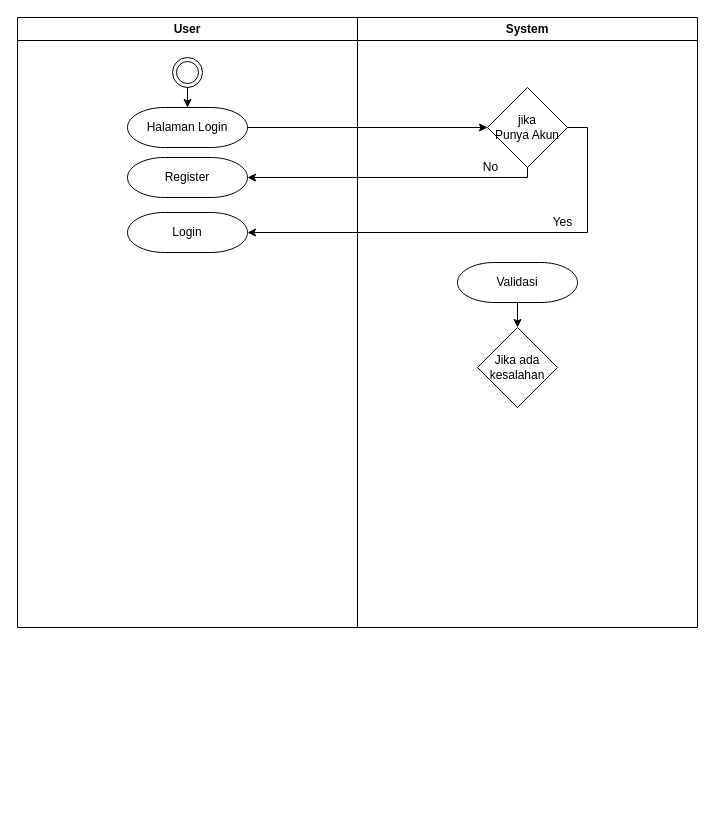
Before: page "Activity Diagram (Login)" (3 of 6) of Untitled Diagram.drawio in Enricko/UML, a draw.io diagram. Source tidied: cells renumbered, new cells numbered last; positions are measured from the earlier drawing's top-left corner, leaving out a move shared by most shapes. Both pictures are drawn from the tidied source at 100%, with x=0, y=0 at pixel (17, 17).
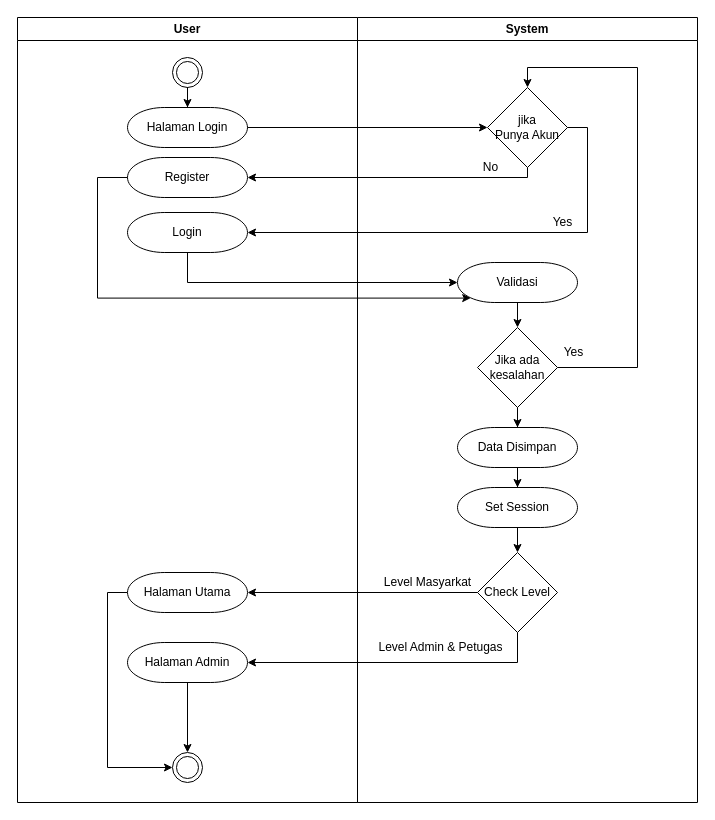
The same diagram, later.

The change refers to these unchanged cells:
```xml
<mxCell id="7" value="Login" style="strokeWidth=1;html=1;shape=mxgraph.flowchart.terminator;whiteSpace=wrap;" parent="2" vertex="1">
  <mxGeometry x="110" y="195" width="120" height="40" as="geometry" />
</mxCell>
<mxCell id="8" value="Register" style="strokeWidth=1;html=1;shape=mxgraph.flowchart.terminator;whiteSpace=wrap;" parent="2" vertex="1">
  <mxGeometry x="110" y="140" width="120" height="40" as="geometry" />
</mxCell>
<mxCell id="10" value="jika&lt;br&gt;Punya Akun" style="rhombus;whiteSpace=wrap;html=1;strokeWidth=1;" parent="9" vertex="1">
  <mxGeometry x="130" y="70" width="80" height="80" as="geometry" />
</mxCell>
<mxCell id="14" value="Validasi" style="strokeWidth=1;html=1;shape=mxgraph.flowchart.terminator;whiteSpace=wrap;" parent="9" vertex="1">
  <mxGeometry x="100" y="245" width="120" height="40" as="geometry" />
</mxCell>
<mxCell id="15" value="Jika ada kesalahan" style="rhombus;whiteSpace=wrap;html=1;strokeWidth=1;" parent="9" vertex="1">
  <mxGeometry x="120" y="310" width="80" height="80" as="geometry" />
</mxCell>
```

The edit, as a diff of the source:
```diff
@@
     <mxCell id="2" value="User" style="swimlane;whiteSpace=wrap;html=1;" parent="1" vertex="1">
-      <mxGeometry width="340" height="610" as="geometry" />
+      <mxGeometry width="340" height="785" as="geometry" />
     </mxCell>
@@
+    <mxCell id="19" style="edgeStyle=orthogonalEdgeStyle;rounded=0;jettySize=auto;html=1;exitX=0;exitY=0.5;exitDx=0;exitDy=0;exitPerimeter=0;entryX=0;entryY=0.5;entryDx=0;entryDy=0;" parent="2" edge="1" source="20" target="23">
+      <mxGeometry relative="1" as="geometry" />
+    </mxCell>
+    <mxCell id="20" value="Halaman Utama" style="strokeWidth=1;html=1;shape=mxgraph.flowchart.terminator;whiteSpace=wrap;" parent="2" vertex="1">
+      <mxGeometry x="110" y="555" width="120" height="40" as="geometry" />
+    </mxCell>
+    <mxCell id="21" style="edgeStyle=orthogonalEdgeStyle;rounded=0;jettySize=auto;html=1;exitX=0.5;exitY=1;exitDx=0;exitDy=0;exitPerimeter=0;" parent="2" edge="1" source="22" target="23">
+      <mxGeometry relative="1" as="geometry" />
+    </mxCell>
+    <mxCell id="22" value="Halaman Admin" style="strokeWidth=1;html=1;shape=mxgraph.flowchart.terminator;whiteSpace=wrap;" parent="2" vertex="1">
+      <mxGeometry x="110" y="625" width="120" height="40" as="geometry" />
+    </mxCell>
+    <mxCell id="23" style="ellipse;html=1;shape=endState;strokeWidth=1;" parent="2" vertex="1">
+      <mxGeometry x="155" y="735" width="30" height="30" as="geometry" />
+    </mxCell>
     <mxCell id="9" value="System" style="swimlane;whiteSpace=wrap;html=1;" parent="1" vertex="1">
-      <mxGeometry x="340" width="340" height="610" as="geometry" />
+      <mxGeometry x="340" width="340" height="785" as="geometry" />
     </mxCell>
@@
+    <mxCell id="24" style="edgeStyle=orthogonalEdgeStyle;rounded=0;jettySize=auto;html=1;exitX=1;exitY=0.5;exitDx=0;exitDy=0;entryX=0.5;entryY=0;entryDx=0;entryDy=0;" parent="9" edge="1" source="15" target="10">
+      <mxGeometry relative="1" as="geometry">
+        <Array as="points">
+          <mxPoint x="280" y="350" />
+          <mxPoint x="280" y="50" />
+          <mxPoint x="170" y="50" />
+        </Array>
+      </mxGeometry>
+    </mxCell>
+    <mxCell id="25" style="edgeStyle=orthogonalEdgeStyle;rounded=0;jettySize=auto;html=1;exitX=0.5;exitY=1;exitDx=0;exitDy=0;" parent="9" edge="1" source="15" target="31">
+      <mxGeometry relative="1" as="geometry" />
+    </mxCell>
@@
+    <mxCell id="26" value="Yes" style="text;html=1;align=center;verticalAlign=middle;strokeColor=none;fillColor=none;" parent="9" vertex="1">
+      <mxGeometry x="196" y="320" width="40" height="30" as="geometry" />
+    </mxCell>
+    <mxCell id="27" style="edgeStyle=orthogonalEdgeStyle;rounded=0;jettySize=auto;html=1;" parent="9" edge="1" source="28" target="29">
+      <mxGeometry relative="1" as="geometry" />
+    </mxCell>
+    <mxCell id="28" value="Set Session" style="strokeWidth=1;html=1;shape=mxgraph.flowchart.terminator;whiteSpace=wrap;" parent="9" vertex="1">
+      <mxGeometry x="100" y="470" width="120" height="40" as="geometry" />
+    </mxCell>
+    <mxCell id="29" value="Check Level" style="rhombus;whiteSpace=wrap;html=1;strokeWidth=1;" parent="9" vertex="1">
+      <mxGeometry x="120" y="535" width="80" height="80" as="geometry" />
+    </mxCell>
+    <mxCell id="30" style="edgeStyle=orthogonalEdgeStyle;rounded=0;jettySize=auto;html=1;exitX=0.5;exitY=1;exitDx=0;exitDy=0;exitPerimeter=0;" parent="9" edge="1" source="31" target="28">
+      <mxGeometry relative="1" as="geometry" />
+    </mxCell>
+    <mxCell id="31" value="Data Disimpan" style="strokeWidth=1;html=1;shape=mxgraph.flowchart.terminator;whiteSpace=wrap;" parent="9" vertex="1">
+      <mxGeometry x="100" y="410" width="120" height="40" as="geometry" />
+    </mxCell>
+    <mxCell id="32" value="Level Masyarkat" style="text;html=1;align=center;verticalAlign=middle;strokeColor=none;fillColor=none;" parent="9" vertex="1">
+      <mxGeometry x="15" y="550" width="110" height="30" as="geometry" />
+    </mxCell>
+    <mxCell id="33" value="Level Admin &amp;amp; Petugas" style="text;html=1;align=center;verticalAlign=middle;strokeColor=none;fillColor=none;" parent="9" vertex="1">
+      <mxGeometry x="10" y="615" width="145" height="30" as="geometry" />
+    </mxCell>
@@
+    <mxCell id="34" style="edgeStyle=orthogonalEdgeStyle;rounded=0;jettySize=auto;html=1;exitX=0;exitY=0.5;exitDx=0;exitDy=0;exitPerimeter=0;entryX=0.11;entryY=0.89;entryDx=0;entryDy=0;entryPerimeter=0;" parent="1" edge="1" source="8" target="14">
+      <mxGeometry relative="1" as="geometry">
+        <Array as="points">
+          <mxPoint x="80" y="160" />
+          <mxPoint x="80" y="281" />
+        </Array>
+      </mxGeometry>
+    </mxCell>
+    <mxCell id="35" style="edgeStyle=orthogonalEdgeStyle;rounded=0;jettySize=auto;html=1;exitX=0.5;exitY=1;exitDx=0;exitDy=0;exitPerimeter=0;entryX=0;entryY=0.5;entryDx=0;entryDy=0;entryPerimeter=0;" parent="1" edge="1" source="7" target="14">
+      <mxGeometry relative="1" as="geometry" />
+    </mxCell>
+    <mxCell id="36" style="edgeStyle=orthogonalEdgeStyle;rounded=0;jettySize=auto;html=1;exitX=0;exitY=0.5;exitDx=0;exitDy=0;entryX=1;entryY=0.5;entryDx=0;entryDy=0;entryPerimeter=0;" parent="1" edge="1" source="29" target="20">
+      <mxGeometry relative="1" as="geometry" />
+    </mxCell>
+    <mxCell id="37" style="edgeStyle=orthogonalEdgeStyle;rounded=0;jettySize=auto;html=1;exitX=0.5;exitY=1;exitDx=0;exitDy=0;entryX=1;entryY=0.5;entryDx=0;entryDy=0;entryPerimeter=0;" parent="1" edge="1" source="29" target="22">
+      <mxGeometry relative="1" as="geometry" />
+    </mxCell>
```
